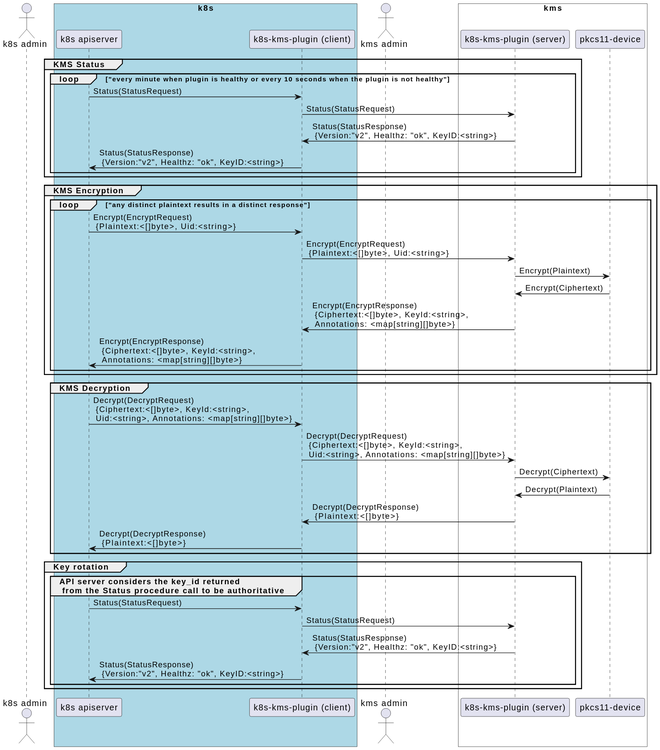
ThalesGroup/k8s-kms-plugin keeps this PlantUML diagram as docs/puml-diagrams/kmsv2-client-server.sqce-diag.svg. Above is the earlier version. Source of this version:
```plantuml
@startuml
actor "k8s admin" as k8sa
    box "k8s" #LightBlue
        participant "k8s apiserver" as k8sapisrv
        participant "k8s-kms-plugin (client)" as client

    end box
    actor "kms admin" as kmsa
    box "kms" #fff
        participant "k8s-kms-plugin (server)" as server
        participant "pkcs11-device" as p11
    end box

    group KMS Status
        loop "every minute when plugin is healthy or every 10 seconds when the plugin is not healthy"
        k8sapisrv -> client : Status(StatusRequest)
        client -> server : Status(StatusRequest)
        server -> client : Status(StatusResponse) \n {Version:"v2", Healthz: "ok", KeyID:<string>}
        client -> k8sapisrv : Status(StatusResponse) \n {Version:"v2", Healthz: "ok", KeyID:<string>}
        end
    end

    group KMS Encryption
        loop "any distinct plaintext results in a distinct response"
        k8sapisrv -> client : Encrypt(EncryptRequest) \n {Plaintext:<[]byte>, Uid:<string>}
        client -> server : Encrypt(EncryptRequest) \n {Plaintext:<[]byte>, Uid:<string>}
        server -> p11 : Encrypt(Plaintext)
        server <- p11 : Encrypt(Ciphertext)
        server -> client : Encrypt(EncryptResponse) \n {Ciphertext:<[]byte>, KeyId:<string>, \n Annotations: <map[string][]byte>}
        client -> k8sapisrv : Encrypt(EncryptResponse) \n {Ciphertext:<[]byte>, KeyId:<string>, \n Annotations: <map[string][]byte>}
        end
    end

    group KMS Decryption
        k8sapisrv -> client : Decrypt(DecryptRequest) \n {Ciphertext:<[]byte>, KeyId:<string>, \n Uid:<string>, Annotations: <map[string][]byte>}
        client -> server : Decrypt(DecryptRequest) \n {Ciphertext:<[]byte>, KeyId:<string>, \n Uid:<string>, Annotations: <map[string][]byte>}
        server -> p11 : Decrypt(Ciphertext)
        server <- p11 : Decrypt(Plaintext)
        server -> client : Decrypt(DecryptResponse) \n {Plaintext:<[]byte>}
        client -> k8sapisrv : Decrypt(DecryptResponse) \n {Plaintext:<[]byte>}
    end

    group Key rotation
      group API server considers the key_id returned \n from the Status procedure call to be authoritative
        k8sapisrv -> client : Status(StatusRequest)
        client -> server : Status(StatusRequest)
        server -> client : Status(StatusResponse) \n {Version:"v2", Healthz: "ok", KeyID:<string>}
        client -> k8sapisrv : Status(StatusResponse) \n {Version:"v2", Healthz: "ok", KeyID:<string>}
      end
    end
@enduml
```
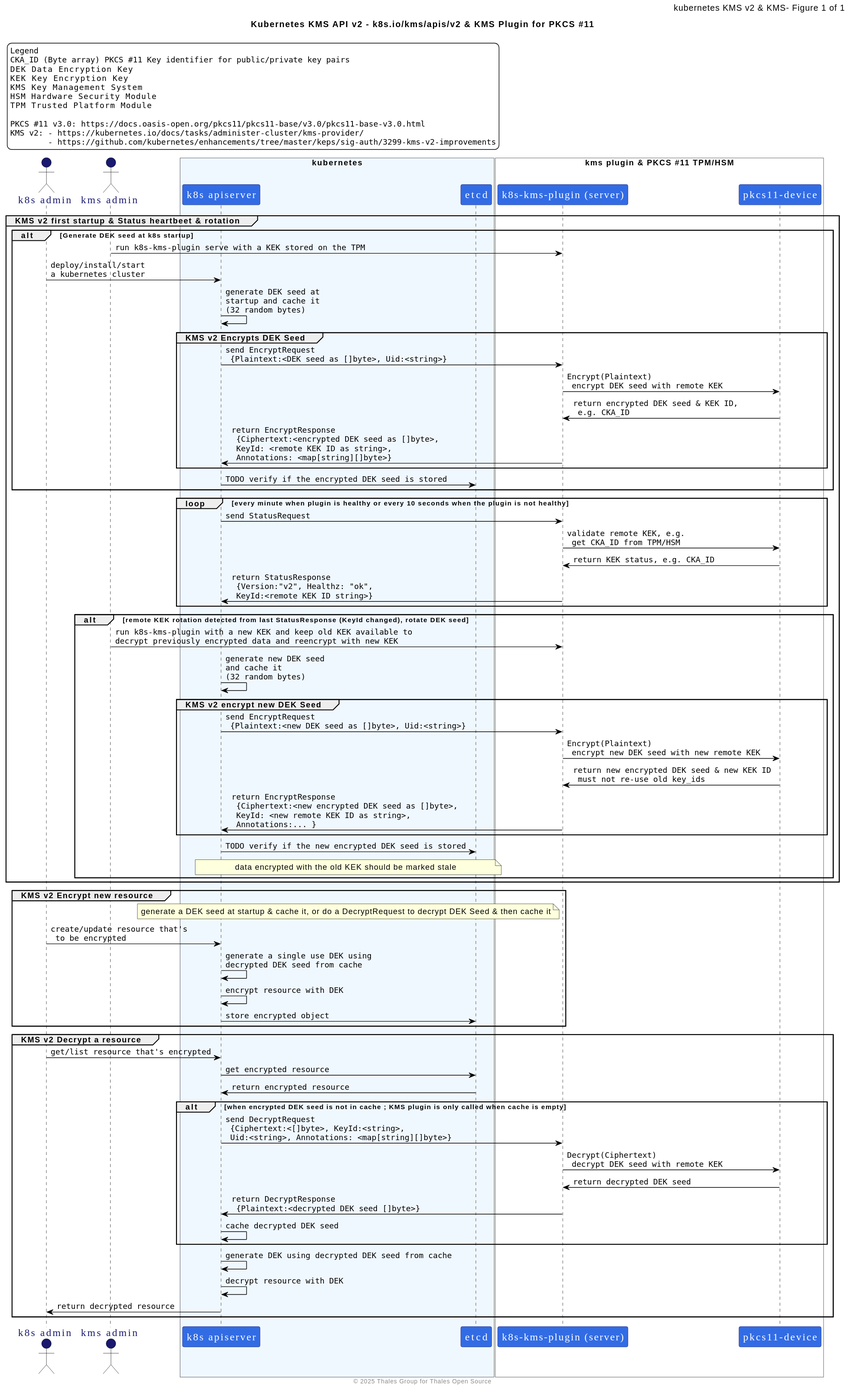
The same file after the commit.

What changed in the source:
```diff
@@ -1,51 +1,138 @@
 @startuml
-actor "k8s admin" as k8sa
-    box "k8s" #LightBlue
+skinparam shadowing false
+
+
+skinparam legend {
+  FontSize 13
+  FontName DejaVu Sans Mono
+  BorderColor black
+  BackgroundColor white
+}
+
+skinparam sequence {
+ArrowColor Black
+ActorBorderColor Black
+LifeLineBorderColor Black
+LifeLineBackgroundColor #A9DCDF
+
+ParticipantBorderColor MidnightBlue
+ParticipantBackgroundColor #326CE5
+ParticipantFontName Impact
+ParticipantFontSize 17
+ParticipantFontColor white
+
+ActorBackgroundColor MidnightBlue
+ActorFontColor MidnightBlue
+ActorFontSize 17
+ActorFontName Aapex
+}
+
+skinparam ArrowFontName DejaVu Sans Mono
+
+
+title
+    Kubernetes KMS API v2 - k8s.io/kms/apis/v2 & KMS Plugin for PKCS #11
+end title
+
+skinparam HeaderFontSize 14
+header <font color=black>kubernetes KMS v2 & KMS- Figure %page% of %lastpage%</font>
+footer © 2025 Thales Group for Thales Open Source
+
+legend top left
+    Legend
+    CKA_ID (Byte array) PKCS #11 Key identifier for public/private key pairs
+    DEK    Data Encryption Key
+    KEK    Key Encryption Key
+    KMS    Key Management System
+    HSM    Hardware Security Module
+    TPM    Trusted Platform Module
+
+    PKCS #11 v3.0: https://docs.oasis-open.org/pkcs11/pkcs11-base/v3.0/pkcs11-base-v3.0.html
+    KMS v2: - https://kubernetes.io/docs/tasks/administer-cluster/kms-provider/
+            - https://github.com/kubernetes/enhancements/tree/master/keps/sig-auth/3299-kms-v2-improvements
+end legend
+
+
+    actor "k8s admin" as k8sa
+    actor "kms admin" as kmsa
+
+    box "kubernetes" #AliceBlue
         participant "k8s apiserver" as k8sapisrv
-        participant "k8s-kms-plugin (client)" as client
+        participant "etcd" as etcd
+    end box
 
-    end box
-    actor "kms admin" as kmsa
-    box "kms" #fff
-        participant "k8s-kms-plugin (server)" as server
+
+    box "kms plugin & PKCS #11 TPM/HSM" #fff
+        participant "k8s-kms-plugin (server)" as kmsplg
         participant "pkcs11-device" as p11
     end box
 
-    group KMS Status
-        loop "every minute when plugin is healthy or every 10 seconds when the plugin is not healthy"
-        k8sapisrv -> client : Status(StatusRequest)
-        client -> server : Status(StatusRequest)
-        server -> client : Status(StatusResponse) \n {Version:"v2", Healthz: "ok", KeyID:<string>}
-        client -> k8sapisrv : Status(StatusResponse) \n {Version:"v2", Healthz: "ok", KeyID:<string>}
+    group KMS v2 first startup & Status heartbeet & rotation
+        alt Generate DEK seed at k8s startup
+
+        kmsa -> kmsplg : run k8s-kms-plugin serve with a KEK stored on the TPM
+        k8sa -> k8sapisrv : deploy/install/start \na kubernetes cluster
+        k8sapisrv -> k8sapisrv : generate DEK seed at \nstartup and cache it \n(32 random bytes)
+
+          group KMS v2 Encrypts DEK Seed
+          k8sapisrv -> kmsplg : send EncryptRequest \n {Plaintext:<DEK seed as []byte>, Uid:<string>}
+          kmsplg -> p11 : Encrypt(Plaintext) \n encrypt DEK seed with remote KEK
+          p11 -> kmsplg : return encrypted DEK seed & KEK ID, \n e.g. CKA_ID
+          kmsplg -> k8sapisrv : return EncryptResponse \n {Ciphertext:<encrypted DEK seed as []byte>,\n KeyId: <remote KEK ID as string>, \n Annotations: <map[string][]byte>}
+          end
+
+        k8sapisrv -> etcd : TODO verify if the encrypted DEK seed is stored
+        end
+
+        loop every minute when plugin is healthy or every 10 seconds when the plugin is not healthy
+        k8sapisrv -> kmsplg : send StatusRequest
+        kmsplg -> p11 : validate remote KEK, e.g. \n get CKA_ID from TPM/HSM
+        p11 -> kmsplg : return KEK status, e.g. CKA_ID
+        kmsplg -> k8sapisrv : return StatusResponse \n {Version:"v2", Healthz: "ok", \n KeyId:<remote KEK ID string>}
+        end
+
+        alt remote KEK rotation detected from last StatusResponse (KeyId changed), rotate DEK seed
+        kmsa -> kmsplg : run k8s-kms-plugin with a new KEK and keep old KEK available to \ndecrypt previously encrypted data and reencrypt with new KEK
+        k8sapisrv -> k8sapisrv : generate new DEK seed \nand cache it \n(32 random bytes)
+
+          group KMS v2 encrypt new DEK Seed
+          k8sapisrv -> kmsplg : send EncryptRequest \n {Plaintext:<new DEK seed as []byte>, Uid:<string>}
+          kmsplg -> p11 : Encrypt(Plaintext) \n encrypt new DEK seed with new remote KEK
+          p11 -> kmsplg : return new encrypted DEK seed & new KEK ID \n must not re-use old key_ids
+          kmsplg -> k8sapisrv : return EncryptResponse \n {Ciphertext:<new encrypted DEK seed as []byte>,\n KeyId: <new remote KEK ID as string>, \n Annotations:... }
+          end
+
+        k8sapisrv -> etcd : TODO verify if the new encrypted DEK seed is stored
+        note over k8sapisrv, etcd : data encrypted with the old KEK should be marked stale
         end
     end
 
-    group KMS Encryption
-        loop "any distinct plaintext results in a distinct response"
-        k8sapisrv -> client : Encrypt(EncryptRequest) \n {Plaintext:<[]byte>, Uid:<string>}
-        client -> server : Encrypt(EncryptRequest) \n {Plaintext:<[]byte>, Uid:<string>}
-        server -> p11 : Encrypt(Plaintext)
-        server <- p11 : Encrypt(Ciphertext)
-        server -> client : Encrypt(EncryptResponse) \n {Ciphertext:<[]byte>, KeyId:<string>, \n Annotations: <map[string][]byte>}
-        client -> k8sapisrv : Encrypt(EncryptResponse) \n {Ciphertext:<[]byte>, KeyId:<string>, \n Annotations: <map[string][]byte>}
-        end
+    group KMS v2 Encrypt new resource
+
+        note over k8sapisrv, etcd : generate a DEK seed at startup & cache it, or do a DecryptRequest to decrypt DEK Seed & then cache it
+
+        k8sa -> k8sapisrv : create/update resource that's \n to be encrypted
+        k8sapisrv -> k8sapisrv : generate a single use DEK using \ndecrypted DEK seed from cache
+        k8sapisrv -> k8sapisrv : encrypt resource with DEK
+        k8sapisrv -> etcd : store encrypted object
     end
 
-    group KMS Decryption
-        k8sapisrv -> client : Decrypt(DecryptRequest) \n {Ciphertext:<[]byte>, KeyId:<string>, \n Uid:<string>, Annotations: <map[string][]byte>}
-        client -> server : Decrypt(DecryptRequest) \n {Ciphertext:<[]byte>, KeyId:<string>, \n Uid:<string>, Annotations: <map[string][]byte>}
-        server -> p11 : Decrypt(Ciphertext)
-        server <- p11 : Decrypt(Plaintext)
-        server -> client : Decrypt(DecryptResponse) \n {Plaintext:<[]byte>}
-        client -> k8sapisrv : Decrypt(DecryptResponse) \n {Plaintext:<[]byte>}
-    end
+    group KMS v2 Decrypt a resource
+        k8sa -> k8sapisrv : get/list resource that's encrypted
+        k8sapisrv -> etcd : get encrypted resource
+        etcd -> k8sapisrv : return encrypted resource
 
-    group Key rotation
-      group API server considers the key_id returned \n from the Status procedure call to be authoritative
-        k8sapisrv -> client : Status(StatusRequest)
-        client -> server : Status(StatusRequest)
-        server -> client : Status(StatusResponse) \n {Version:"v2", Healthz: "ok", KeyID:<string>}
-        client -> k8sapisrv : Status(StatusResponse) \n {Version:"v2", Healthz: "ok", KeyID:<string>}
-      end
+        alt when encrypted DEK seed is not in cache ; KMS plugin is only called when cache is empty
+        k8sapisrv -> kmsplg : send DecryptRequest \n {Ciphertext:<[]byte>, KeyId:<string>, \n Uid:<string>, Annotations: <map[string][]byte>}
+        kmsplg -> p11 : Decrypt(Ciphertext) \n decrypt DEK seed with remote KEK
+        kmsplg <- p11 : return decrypted DEK seed
+        kmsplg -> k8sapisrv : return DecryptResponse \n {Plaintext:<decrypted DEK seed []byte>}
+        k8sapisrv -> k8sapisrv : cache decrypted DEK seed
+        end
+
+        k8sapisrv -> k8sapisrv : generate DEK using decrypted DEK seed from cache
+        k8sapisrv -> k8sapisrv : decrypt resource with DEK
+
+        k8sapisrv -> k8sa : return decrypted resource
     end
 @enduml
```
